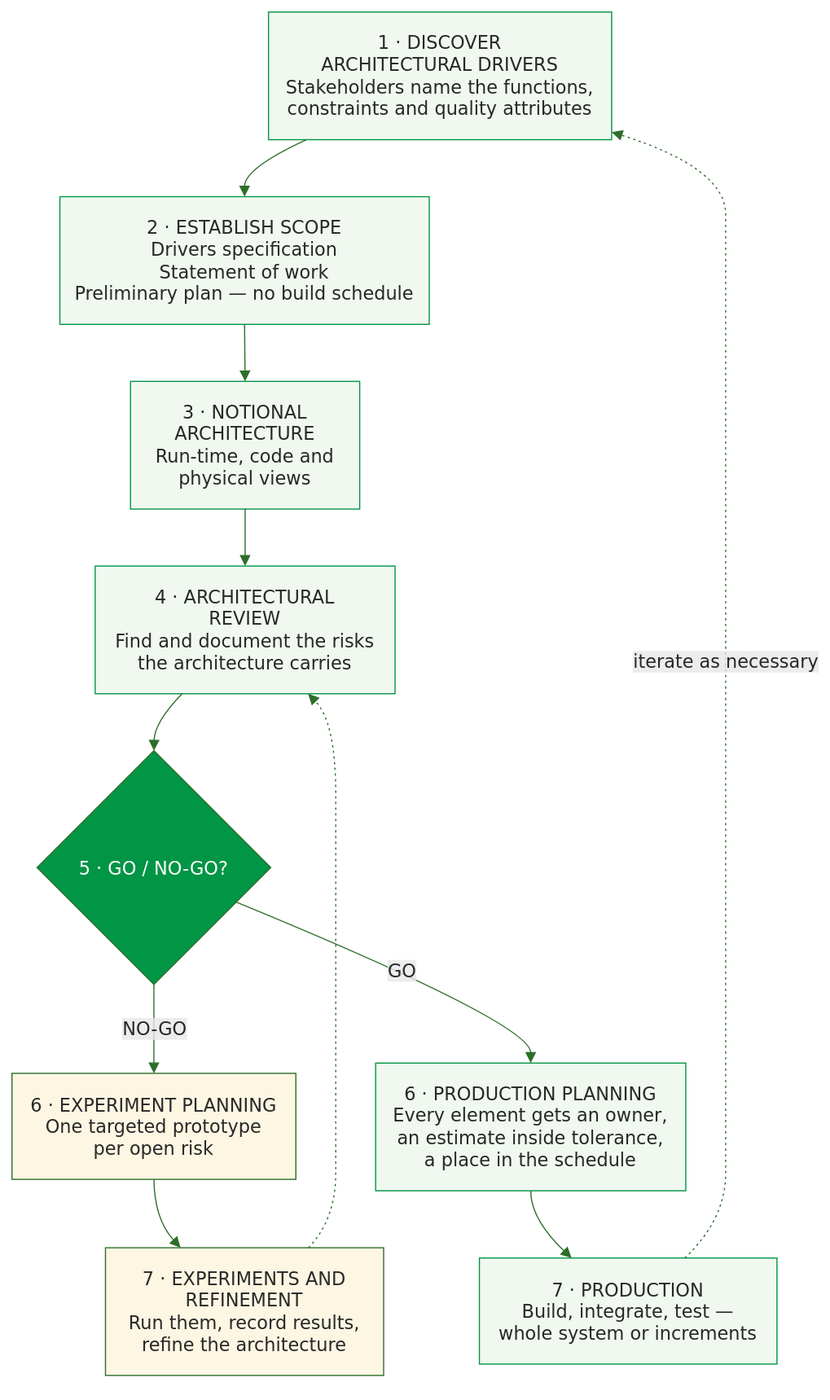
This is images/acdm.svg from msdbok/msdbok.github.io, a draw.io export, as it was before one commit. Source tidied: cells renumbered, new cells last; positions are measured from the earlier drawing's top-left corner, leaving out a move shared by most shapes. Source of this version:
```xml
<mxGraphModel>
  <root>
    <mxCell id="0" />
    <mxCell id="1" parent="0" />
    <mxCell id="2" value="1 · DISCOVER&#10;ARCHITECTURAL DRIVERS&#10;Stakeholders name the functions,&#10;constraints and quality attributes" style="html=1;whiteSpace=wrap;strokeWidth=1;fillColor=#f0f8f0;strokeColor=#019546;fontColor=#282828;fontFamily=Tahoma,Verdana,DejaVu Sans,sans-serif;fontSize=16;" parent="1" vertex="1">
      <mxGeometry x="225" width="301" height="112" as="geometry" />
    </mxCell>
    <mxCell id="3" value="2 · ESTABLISH SCOPE&#10;Drivers specification&#10;Statement of work&#10;Preliminary plan — no build schedule" style="html=1;whiteSpace=wrap;strokeWidth=1;fillColor=#f0f8f0;strokeColor=#019546;fontColor=#282828;fontFamily=Tahoma,Verdana,DejaVu Sans,sans-serif;fontSize=16;" parent="1" vertex="1">
      <mxGeometry x="42" y="162" width="324" height="112" as="geometry" />
    </mxCell>
    <mxCell id="4" value="3 · NOTIONAL&#10;ARCHITECTURE&#10;Run-time, code and&#10;physical views" style="html=1;whiteSpace=wrap;strokeWidth=1;fillColor=#f0f8f0;strokeColor=#019546;fontColor=#282828;fontFamily=Tahoma,Verdana,DejaVu Sans,sans-serif;fontSize=16;" parent="1" vertex="1">
      <mxGeometry x="104" y="324" width="201" height="112" as="geometry" />
    </mxCell>
    <mxCell id="5" value="4 · ARCHITECTURAL&#10;REVIEW&#10;Find and document the risks&#10;the architecture carries" style="html=1;whiteSpace=wrap;strokeWidth=1;fillColor=#f0f8f0;strokeColor=#019546;fontColor=#282828;fontFamily=Tahoma,Verdana,DejaVu Sans,sans-serif;fontSize=16;" parent="1" vertex="1">
      <mxGeometry x="73" y="486" width="263" height="112" as="geometry" />
    </mxCell>
    <mxCell id="6" value="5 · GO / NO-GO?" style="rhombus;html=1;strokeWidth=1;whiteSpace=wrap;fillColor=#019546;strokeColor=#2D6E2A;fontColor=#ffffff;fontFamily=Tahoma,Verdana,DejaVu Sans,sans-serif;fontSize=16;" parent="1" vertex="1">
      <mxGeometry x="22" y="648" width="205" height="205" as="geometry" />
    </mxCell>
    <mxCell id="7" value="6 · EXPERIMENT PLANNING&#10;One targeted prototype&#10;per open risk" style="html=1;whiteSpace=wrap;strokeWidth=1;fillColor=#fdf6e3;strokeColor=#2D6E2A;fontColor=#282828;fontFamily=Tahoma,Verdana,DejaVu Sans,sans-serif;fontSize=16;" parent="1" vertex="1">
      <mxGeometry y="931" width="249" height="93" as="geometry" />
    </mxCell>
    <mxCell id="8" value="7 · EXPERIMENTS AND&#10;REFINEMENT&#10;Run them, record results,&#10;refine the architecture" style="html=1;whiteSpace=wrap;strokeWidth=1;fillColor=#fdf6e3;strokeColor=#2D6E2A;fontColor=#282828;fontFamily=Tahoma,Verdana,DejaVu Sans,sans-serif;fontSize=16;" parent="1" vertex="1">
      <mxGeometry x="82" y="1084" width="244" height="112" as="geometry" />
    </mxCell>
    <mxCell id="9" value="6 · PRODUCTION PLANNING&#10;Every element gets an owner,&#10;an estimate inside tolerance,&#10;a place in the schedule" style="html=1;whiteSpace=wrap;strokeWidth=1;fillColor=#f0f8f0;strokeColor=#019546;fontColor=#282828;fontFamily=Tahoma,Verdana,DejaVu Sans,sans-serif;fontSize=16;" parent="1" vertex="1">
      <mxGeometry x="319" y="922" width="272" height="112" as="geometry" />
    </mxCell>
    <mxCell id="10" value="7 · PRODUCTION&#10;Build, integrate, test —&#10;whole system or increments" style="html=1;whiteSpace=wrap;strokeWidth=1;fillColor=#f0f8f0;strokeColor=#019546;fontColor=#282828;fontFamily=Tahoma,Verdana,DejaVu Sans,sans-serif;fontSize=16;" parent="1" vertex="1">
      <mxGeometry x="410" y="1093" width="261" height="93" as="geometry" />
    </mxCell>
    <mxCell id="11" style="curved=1;startArrow=none;endArrow=block;endSize=7;strokeColor=#2D6E2A;exitX=0.11;exitY=1;entryX=0.5;entryY=0;" parent="1" edge="1" source="2" target="3">
      <mxGeometry relative="1" as="geometry">
        <Array as="points">
          <mxPoint x="204" y="137" />
        </Array>
      </mxGeometry>
    </mxCell>
    <mxCell id="12" style="curved=1;startArrow=none;endArrow=block;endSize=7;strokeColor=#2D6E2A;exitX=0.5;exitY=1;entryX=0.5;entryY=0;" parent="1" edge="1" source="3" target="4">
      <mxGeometry relative="1" as="geometry" />
    </mxCell>
    <mxCell id="13" style="curved=1;startArrow=none;endArrow=block;endSize=7;strokeColor=#2D6E2A;exitX=0.5;exitY=1;entryX=0.5;entryY=0;" parent="1" edge="1" source="4" target="5">
      <mxGeometry relative="1" as="geometry" />
    </mxCell>
    <mxCell id="14" style="curved=1;startArrow=none;endArrow=block;endSize=7;strokeColor=#2D6E2A;exitX=0.29;exitY=1;entryX=0.5;entryY=0;" parent="1" edge="1" source="5" target="6">
      <mxGeometry relative="1" as="geometry">
        <Array as="points">
          <mxPoint x="125" y="623" />
        </Array>
      </mxGeometry>
    </mxCell>
    <mxCell id="15" value="NO-GO" style="curved=1;startArrow=none;endArrow=block;endSize=7;strokeColor=#2D6E2A;html=1;fontSize=16;labelBackgroundColor=light-dark(#E8E8E88D,#2a2a2a8D);fontFamily=Tahoma,Verdana,DejaVu Sans,sans-serif;fontColor=#282828;exitX=0.5;exitY=1;entryX=0.5;entryY=0;" parent="1" edge="1" source="6" target="7">
      <mxGeometry relative="1" as="geometry" />
    </mxCell>
    <mxCell id="16" style="curved=1;startArrow=none;endArrow=block;endSize=7;strokeColor=#2D6E2A;exitX=0.5;exitY=1;entryX=0.27;entryY=0;" parent="1" edge="1" source="7" target="8">
      <mxGeometry relative="1" as="geometry">
        <Array as="points">
          <mxPoint x="125" y="1059" />
        </Array>
      </mxGeometry>
    </mxCell>
    <mxCell id="17" style="curved=1;dashed=1;dashPattern=2 3;fixDash=1;startArrow=none;endArrow=block;endSize=7;strokeColor=#2D6E2A;exitX=0.73;exitY=0;entryX=0.71;entryY=1;" parent="1" edge="1" source="8" target="5">
      <mxGeometry relative="1" as="geometry">
        <Array as="points">
          <mxPoint x="284" y="1059" />
          <mxPoint x="284" y="978" />
          <mxPoint x="284" y="887" />
          <mxPoint x="284" y="750" />
          <mxPoint x="284" y="623" />
        </Array>
      </mxGeometry>
    </mxCell>
    <mxCell id="18" value="GO" style="curved=1;startArrow=none;endArrow=block;endSize=7;strokeColor=#2D6E2A;html=1;fontSize=16;labelBackgroundColor=light-dark(#E8E8E88D,#2a2a2a8D);fontFamily=Tahoma,Verdana,DejaVu Sans,sans-serif;fontColor=#282828;exitX=1;exitY=0.71;entryX=0.5;entryY=0;" parent="1" edge="1" source="6" target="9">
      <mxGeometry relative="1" as="geometry">
        <Array as="points">
          <mxPoint x="455" y="887" />
        </Array>
      </mxGeometry>
    </mxCell>
    <mxCell id="19" style="curved=1;startArrow=none;endArrow=block;endSize=7;strokeColor=#2D6E2A;exitX=0.5;exitY=1;entryX=0.31;entryY=0;" parent="1" edge="1" source="9" target="10">
      <mxGeometry relative="1" as="geometry">
        <Array as="points">
          <mxPoint x="455" y="1059" />
        </Array>
      </mxGeometry>
    </mxCell>
    <mxCell id="20" value="iterate as necessary" style="curved=1;dashed=1;dashPattern=2 3;fixDash=1;startArrow=none;endArrow=block;endSize=7;strokeColor=#2D6E2A;html=1;fontSize=16;labelBackgroundColor=light-dark(#E8E8E88D,#2a2a2a8D);fontFamily=Tahoma,Verdana,DejaVu Sans,sans-serif;fontColor=#282828;exitX=0.69;exitY=0;entryX=1;entryY=0.94;" parent="1" edge="1" source="10" target="2">
      <mxGeometry relative="1" as="geometry">
        <Array as="points">
          <mxPoint x="626" y="1059" />
          <mxPoint x="626" y="978" />
          <mxPoint x="626" y="887" />
          <mxPoint x="626" y="750" />
          <mxPoint x="626" y="623" />
          <mxPoint x="626" y="542" />
          <mxPoint x="626" y="461" />
          <mxPoint x="626" y="380" />
          <mxPoint x="626" y="299" />
          <mxPoint x="626" y="218" />
          <mxPoint x="626" y="137" />
        </Array>
      </mxGeometry>
    </mxCell>
  </root>
</mxGraphModel>
```
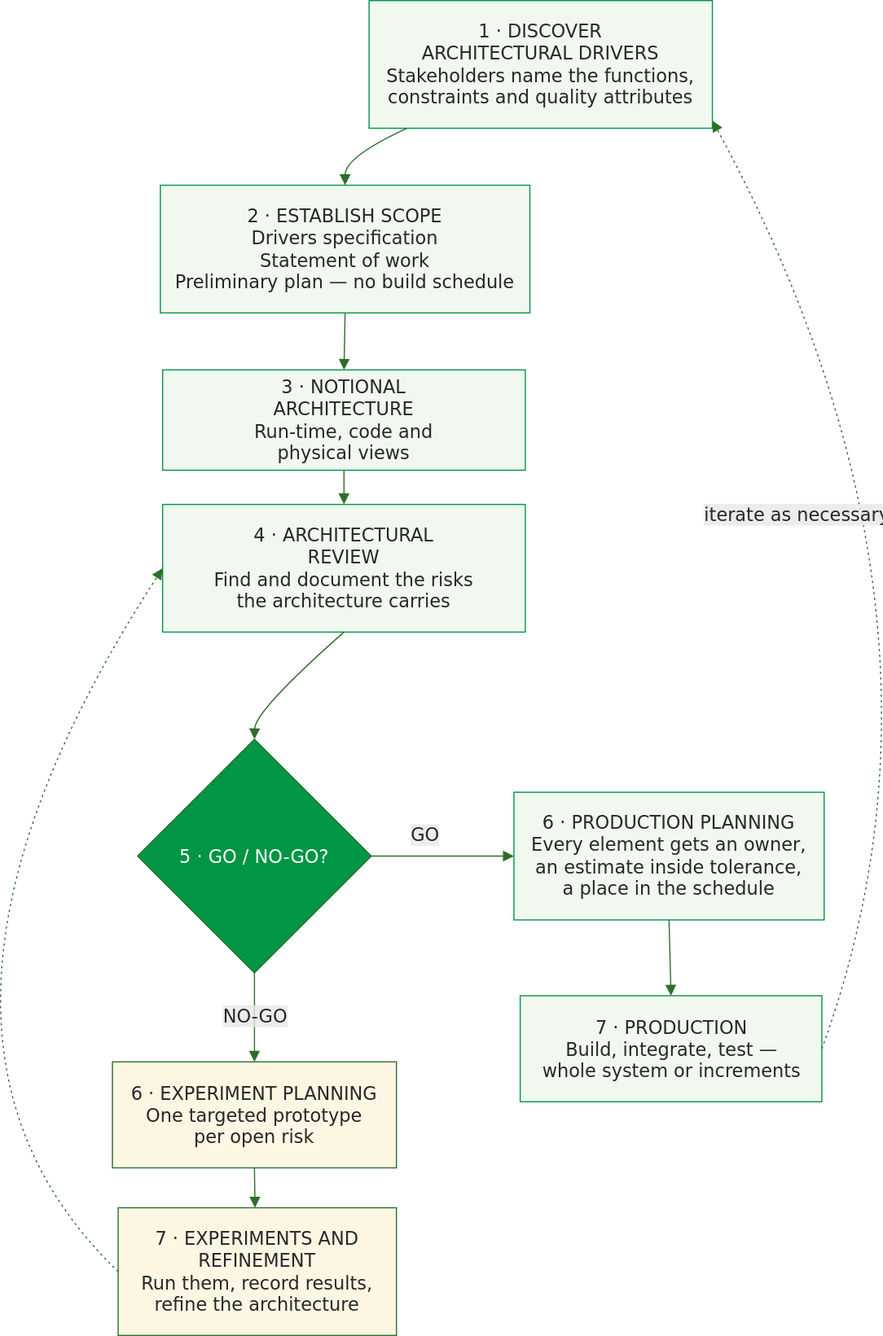
Above is the later version.

Change to the diagram source:
```diff
@@ -9,10 +9,10 @@
       <mxGeometry x="42" y="162" width="324" height="112" as="geometry" />
     </mxCell>
     <mxCell id="4" value="3 · NOTIONAL&#10;ARCHITECTURE&#10;Run-time, code and&#10;physical views" style="html=1;whiteSpace=wrap;strokeWidth=1;fillColor=#f0f8f0;strokeColor=#019546;fontColor=#282828;fontFamily=Tahoma,Verdana,DejaVu Sans,sans-serif;fontSize=16;" parent="1" vertex="1">
-      <mxGeometry x="104" y="324" width="201" height="112" as="geometry" />
+      <mxGeometry x="44" y="324" width="318" height="88" as="geometry" />
     </mxCell>
     <mxCell id="5" value="4 · ARCHITECTURAL&#10;REVIEW&#10;Find and document the risks&#10;the architecture carries" style="html=1;whiteSpace=wrap;strokeWidth=1;fillColor=#f0f8f0;strokeColor=#019546;fontColor=#282828;fontFamily=Tahoma,Verdana,DejaVu Sans,sans-serif;fontSize=16;" parent="1" vertex="1">
-      <mxGeometry x="73" y="486" width="263" height="112" as="geometry" />
+      <mxGeometry x="44" y="442" width="318" height="112" as="geometry" />
     </mxCell>
     <mxCell id="6" value="5 · GO / NO-GO?" style="rhombus;html=1;strokeWidth=1;whiteSpace=wrap;fillColor=#019546;strokeColor=#2D6E2A;fontColor=#ffffff;fontFamily=Tahoma,Verdana,DejaVu Sans,sans-serif;fontSize=16;" parent="1" vertex="1">
       <mxGeometry x="22" y="648" width="205" height="205" as="geometry" />
@@ -21,13 +21,13 @@
       <mxGeometry y="931" width="249" height="93" as="geometry" />
     </mxCell>
     <mxCell id="8" value="7 · EXPERIMENTS AND&#10;REFINEMENT&#10;Run them, record results,&#10;refine the architecture" style="html=1;whiteSpace=wrap;strokeWidth=1;fillColor=#fdf6e3;strokeColor=#2D6E2A;fontColor=#282828;fontFamily=Tahoma,Verdana,DejaVu Sans,sans-serif;fontSize=16;" parent="1" vertex="1">
-      <mxGeometry x="82" y="1084" width="244" height="112" as="geometry" />
+      <mxGeometry x="5" y="1059" width="244" height="112" as="geometry" />
     </mxCell>
     <mxCell id="9" value="6 · PRODUCTION PLANNING&#10;Every element gets an owner,&#10;an estimate inside tolerance,&#10;a place in the schedule" style="html=1;whiteSpace=wrap;strokeWidth=1;fillColor=#f0f8f0;strokeColor=#019546;fontColor=#282828;fontFamily=Tahoma,Verdana,DejaVu Sans,sans-serif;fontSize=16;" parent="1" vertex="1">
-      <mxGeometry x="319" y="922" width="272" height="112" as="geometry" />
+      <mxGeometry x="352" y="694.5" width="272" height="112" as="geometry" />
     </mxCell>
     <mxCell id="10" value="7 · PRODUCTION&#10;Build, integrate, test —&#10;whole system or increments" style="html=1;whiteSpace=wrap;strokeWidth=1;fillColor=#f0f8f0;strokeColor=#019546;fontColor=#282828;fontFamily=Tahoma,Verdana,DejaVu Sans,sans-serif;fontSize=16;" parent="1" vertex="1">
-      <mxGeometry x="410" y="1093" width="261" height="93" as="geometry" />
+      <mxGeometry x="357.5" y="873" width="264.5" height="93" as="geometry" />
     </mxCell>
     <mxCell id="11" style="curved=1;startArrow=none;endArrow=block;endSize=7;strokeColor=#2D6E2A;exitX=0.11;exitY=1;entryX=0.5;entryY=0;" parent="1" edge="1" source="2" target="3">
       <mxGeometry relative="1" as="geometry">
@@ -42,7 +42,7 @@
     <mxCell id="13" style="curved=1;startArrow=none;endArrow=block;endSize=7;strokeColor=#2D6E2A;exitX=0.5;exitY=1;entryX=0.5;entryY=0;" parent="1" edge="1" source="4" target="5">
       <mxGeometry relative="1" as="geometry" />
     </mxCell>
-    <mxCell id="14" style="curved=1;startArrow=none;endArrow=block;endSize=7;strokeColor=#2D6E2A;exitX=0.29;exitY=1;entryX=0.5;entryY=0;" parent="1" edge="1" source="5" target="6">
+    <mxCell id="14" style="curved=1;startArrow=none;endArrow=block;endSize=7;strokeColor=#2D6E2A;exitX=0.5;exitY=1;entryX=0.5;entryY=0;exitDx=0;exitDy=0;" parent="1" edge="1" source="5" target="6">
       <mxGeometry relative="1" as="geometry">
         <Array as="points">
           <mxPoint x="125" y="623" />
@@ -52,53 +52,30 @@
     <mxCell id="15" value="NO-GO" style="curved=1;startArrow=none;endArrow=block;endSize=7;strokeColor=#2D6E2A;html=1;fontSize=16;labelBackgroundColor=light-dark(#E8E8E88D,#2a2a2a8D);fontFamily=Tahoma,Verdana,DejaVu Sans,sans-serif;fontColor=#282828;exitX=0.5;exitY=1;entryX=0.5;entryY=0;" parent="1" edge="1" source="6" target="7">
       <mxGeometry relative="1" as="geometry" />
     </mxCell>
-    <mxCell id="16" style="curved=1;startArrow=none;endArrow=block;endSize=7;strokeColor=#2D6E2A;exitX=0.5;exitY=1;entryX=0.27;entryY=0;" parent="1" edge="1" source="7" target="8">
+    <mxCell id="16" style="curved=1;startArrow=none;endArrow=block;endSize=7;strokeColor=#2D6E2A;exitX=0.5;exitY=1;" parent="1" edge="1" source="7">
       <mxGeometry relative="1" as="geometry">
-        <Array as="points">
-          <mxPoint x="125" y="1059" />
-        </Array>
+        <mxPoint x="125" y="1059" as="targetPoint" />
       </mxGeometry>
     </mxCell>
-    <mxCell id="17" style="curved=1;dashed=1;dashPattern=2 3;fixDash=1;startArrow=none;endArrow=block;endSize=7;strokeColor=#2D6E2A;exitX=0.73;exitY=0;entryX=0.71;entryY=1;" parent="1" edge="1" source="8" target="5">
+    <mxCell id="17" style="curved=1;dashed=1;dashPattern=2 3;fixDash=1;startArrow=none;endArrow=block;endSize=7;strokeColor=#2D6E2A;exitX=0;exitY=0.5;entryX=0;entryY=0.5;entryDx=0;entryDy=0;exitDx=0;exitDy=0;" parent="1" edge="1" source="8" target="5">
       <mxGeometry relative="1" as="geometry">
         <Array as="points">
-          <mxPoint x="284" y="1059" />
-          <mxPoint x="284" y="978" />
-          <mxPoint x="284" y="887" />
-          <mxPoint x="284" y="750" />
-          <mxPoint x="284" y="623" />
+          <mxPoint x="-217" y="901" />
         </Array>
       </mxGeometry>
     </mxCell>
-    <mxCell id="18" value="GO" style="curved=1;startArrow=none;endArrow=block;endSize=7;strokeColor=#2D6E2A;html=1;fontSize=16;labelBackgroundColor=light-dark(#E8E8E88D,#2a2a2a8D);fontFamily=Tahoma,Verdana,DejaVu Sans,sans-serif;fontColor=#282828;exitX=1;exitY=0.71;entryX=0.5;entryY=0;" parent="1" edge="1" source="6" target="9">
-      <mxGeometry relative="1" as="geometry">
-        <Array as="points">
-          <mxPoint x="455" y="887" />
-        </Array>
-      </mxGeometry>
+    <mxCell id="18" value="GO" style="curved=1;startArrow=none;endArrow=block;endSize=7;strokeColor=#2D6E2A;html=1;fontSize=16;labelBackgroundColor=light-dark(#E8E8E88D,#2a2a2a8D);fontFamily=Tahoma,Verdana,DejaVu Sans,sans-serif;fontColor=#282828;exitX=1;exitY=0.5;entryX=0;entryY=0.5;entryDx=0;entryDy=0;exitDx=0;exitDy=0;" parent="1" edge="1" source="6" target="9">
+      <mxGeometry x="-0.25" y="19" relative="1" as="geometry" />
     </mxCell>
-    <mxCell id="19" style="curved=1;startArrow=none;endArrow=block;endSize=7;strokeColor=#2D6E2A;exitX=0.5;exitY=1;entryX=0.31;entryY=0;" parent="1" edge="1" source="9" target="10">
-      <mxGeometry relative="1" as="geometry">
-        <Array as="points">
-          <mxPoint x="455" y="1059" />
-        </Array>
-      </mxGeometry>
+    <mxCell id="19" style="curved=1;startArrow=none;endArrow=block;endSize=7;strokeColor=#2D6E2A;exitX=0.5;exitY=1;entryX=0.5;entryY=0;entryDx=0;entryDy=0;" parent="1" edge="1" source="9" target="10">
+      <mxGeometry relative="1" as="geometry" />
     </mxCell>
-    <mxCell id="20" value="iterate as necessary" style="curved=1;dashed=1;dashPattern=2 3;fixDash=1;startArrow=none;endArrow=block;endSize=7;strokeColor=#2D6E2A;html=1;fontSize=16;labelBackgroundColor=light-dark(#E8E8E88D,#2a2a2a8D);fontFamily=Tahoma,Verdana,DejaVu Sans,sans-serif;fontColor=#282828;exitX=0.69;exitY=0;entryX=1;entryY=0.94;" parent="1" edge="1" source="10" target="2">
-      <mxGeometry relative="1" as="geometry">
+    <mxCell id="20" value="iterate as necessary" style="curved=1;dashed=1;dashPattern=2 3;fixDash=1;startArrow=none;endArrow=block;endSize=7;strokeColor=#2D6E2A;html=1;fontSize=16;labelBackgroundColor=light-dark(#E8E8E88D,#2a2a2a8D);fontFamily=Tahoma,Verdana,DejaVu Sans,sans-serif;fontColor=#282828;entryX=1;entryY=0.94;exitX=1;exitY=0.5;exitDx=0;exitDy=0;" parent="1" edge="1" source="10" target="2">
+      <mxGeometry x="0.25" y="99" relative="1" as="geometry">
         <Array as="points">
-          <mxPoint x="626" y="1059" />
-          <mxPoint x="626" y="978" />
-          <mxPoint x="626" y="887" />
-          <mxPoint x="626" y="750" />
-          <mxPoint x="626" y="623" />
-          <mxPoint x="626" y="542" />
-          <mxPoint x="626" y="461" />
-          <mxPoint x="626" y="380" />
-          <mxPoint x="626" y="299" />
-          <mxPoint x="626" y="218" />
-          <mxPoint x="626" y="137" />
+          <mxPoint x="761" y="539" />
         </Array>
+        <mxPoint y="1" as="offset" />
       </mxGeometry>
     </mxCell>
   </root>
```
